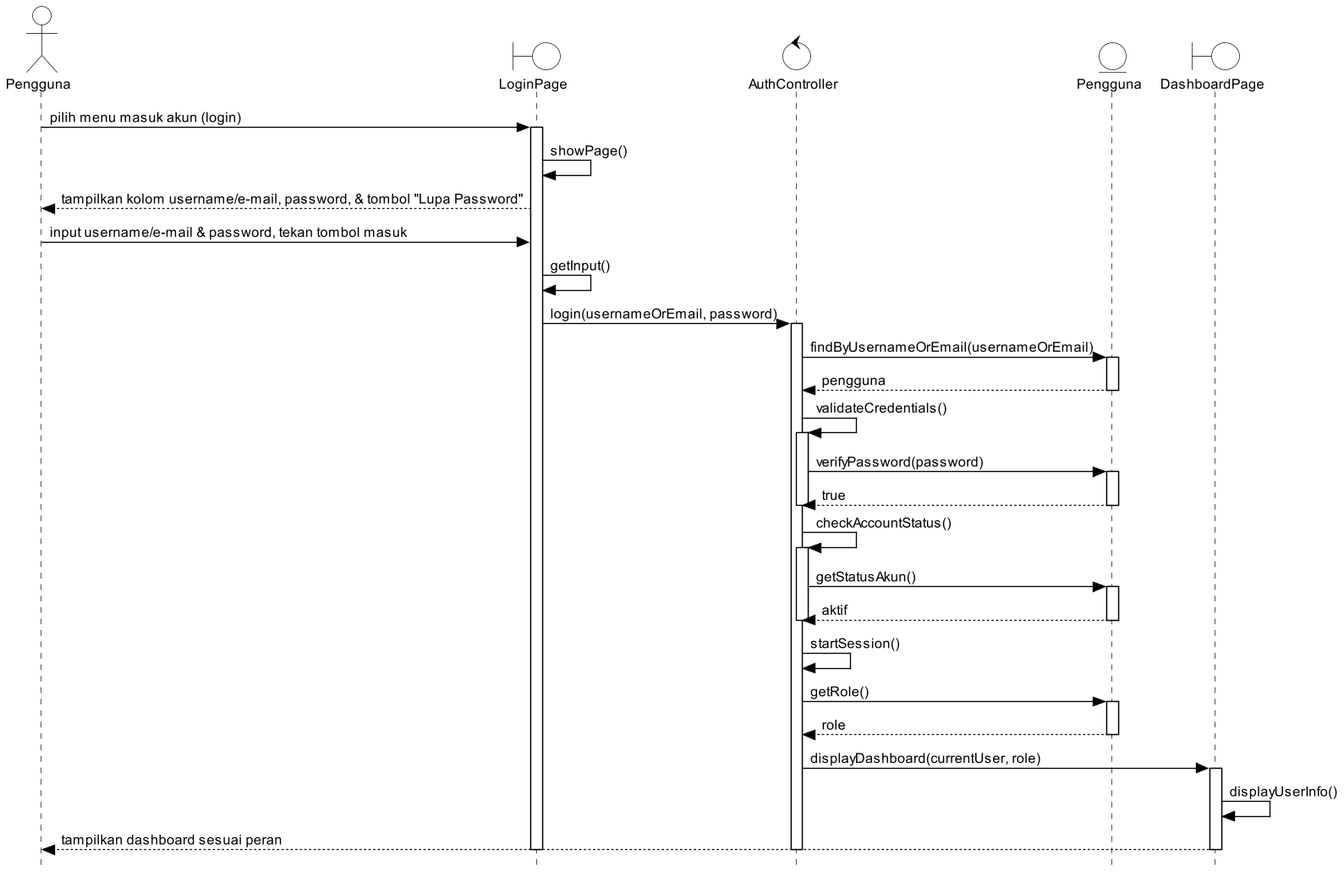
Above: docs/M7/assets/diagram/SD_UC09_normal.png in cynthiawinda/IF2150-RPL-K03-G04 (PlantUML), before the change.
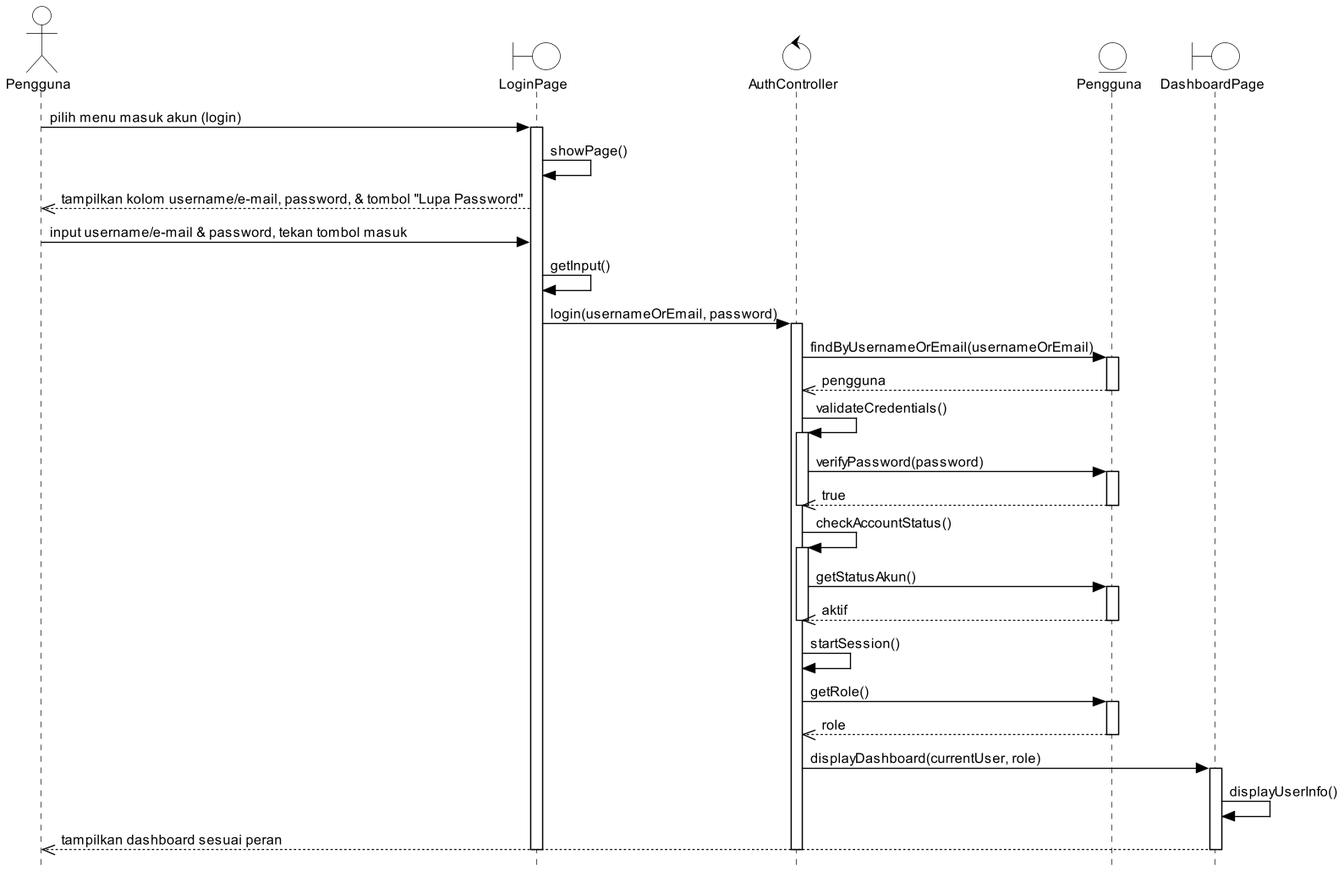
Later version of the same file.

What changed in the source:
```diff
@@ -32,36 +32,36 @@
 User -> LP : pilih menu masuk akun (login)
 activate LP
 LP -> LP : showPage()
-LP --> User : tampilkan kolom username/e-mail, password, & tombol "Lupa Password"
+LP -->> User : tampilkan kolom username/e-mail, password, & tombol "Lupa Password"
 User -> LP : input username/e-mail & password, tekan tombol masuk
 LP -> LP : getInput()
 LP -> AC : login(usernameOrEmail, password)
 activate AC
 AC -> P : findByUsernameOrEmail(usernameOrEmail)
 activate P
-P --> AC : pengguna
+P -->> AC : pengguna
 deactivate P
 AC -> AC ++ : validateCredentials()
 AC -> P : verifyPassword(password)
 activate P
-P --> AC : true
+P -->> AC : true
 deactivate P
 deactivate AC
 AC -> AC ++ : checkAccountStatus()
 AC -> P : getStatusAkun()
 activate P
-P --> AC : aktif
+P -->> AC : aktif
 deactivate P
 deactivate AC
 AC -> AC : startSession()
 AC -> P : getRole()
 activate P
-P --> AC : role
+P -->> AC : role
 deactivate P
 AC -> DP : displayDashboard(currentUser, role)
 activate DP
 DP -> DP : displayUserInfo()
-DP --> User : tampilkan dashboard sesuai peran
+DP -->> User : tampilkan dashboard sesuai peran
 deactivate DP
 deactivate AC
 deactivate LP
```
